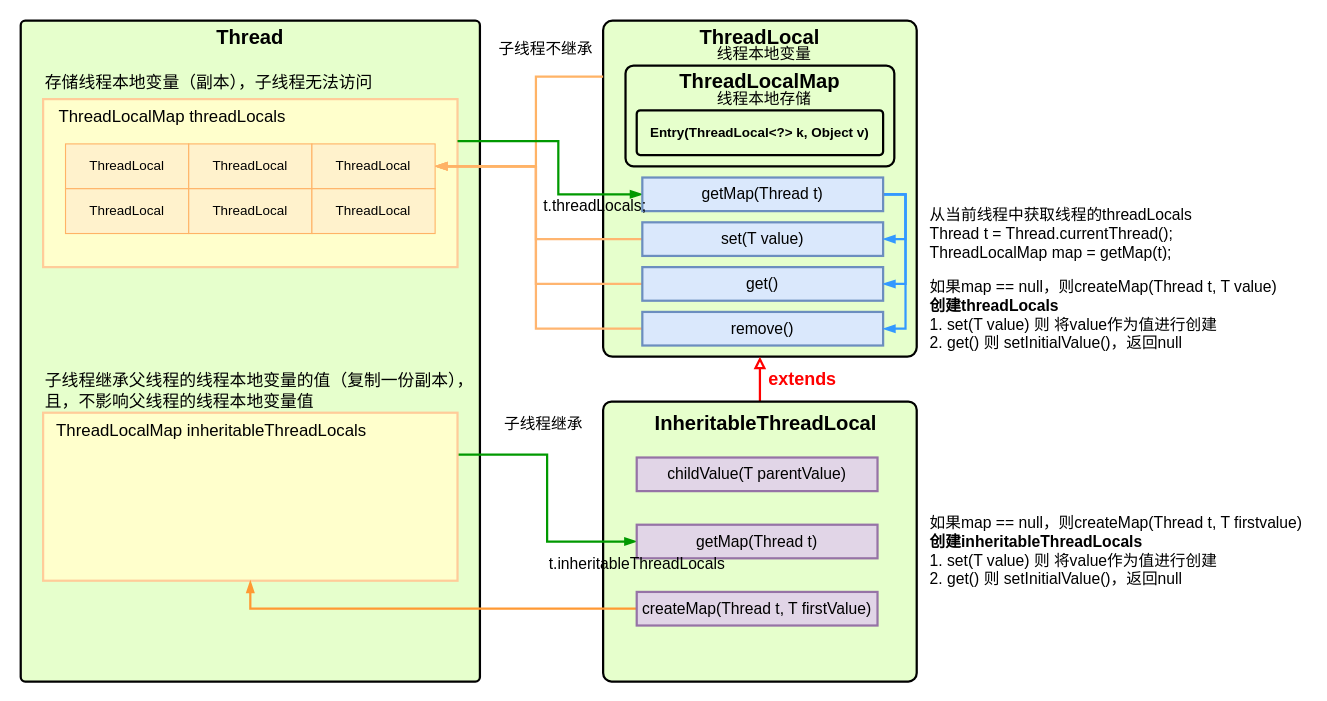
This is page "ThreadLocalMap" (4 of 5) of draw_workspace/Thread.drawio from creatern/NoteBook, a draw.io file, before an edit. Source tidied: cells renumbered, new cells numbered last; positions are measured from the earlier drawing's top-left corner, leaving out a move shared by most shapes. Both pictures are drawn from the tidied source at 112%, with x=0, y=0 at pixel (20, 20).
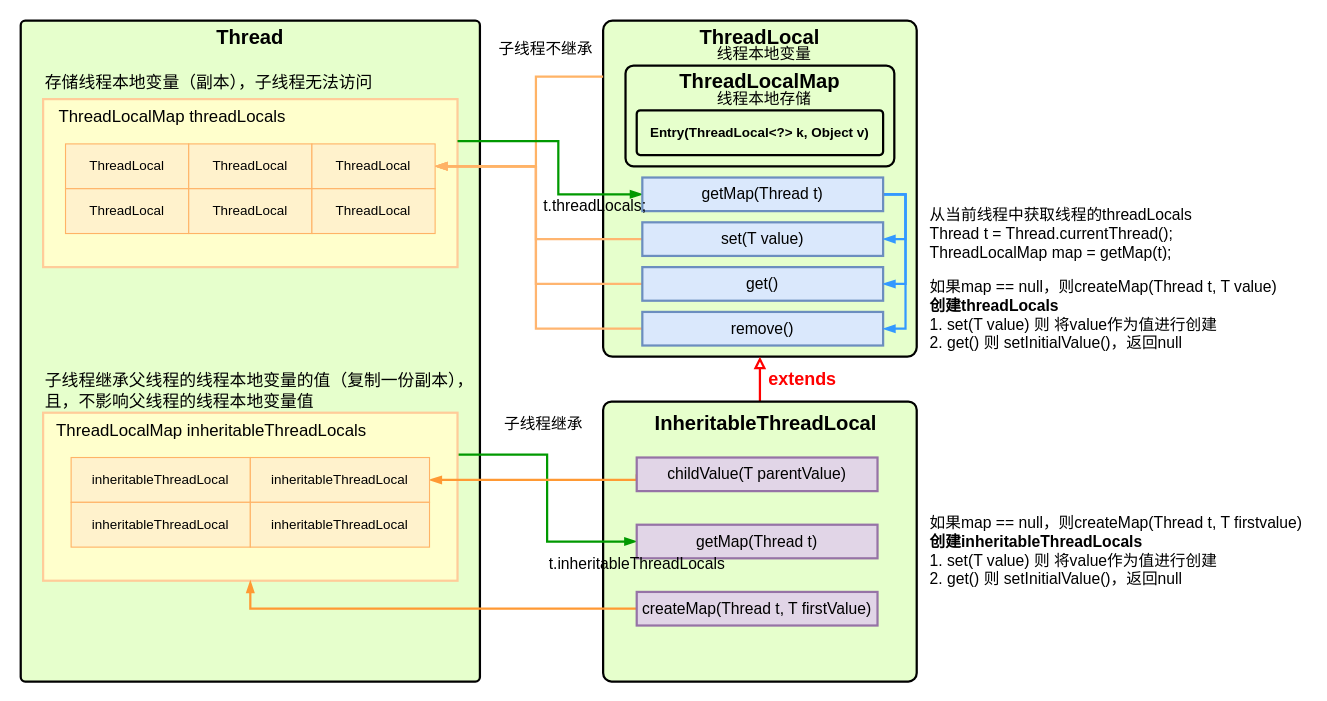
After the change.

The change refers to these unchanged cells:
```xml
<mxCell id="45" value="childValue(T parentValue)" style="rounded=0;whiteSpace=wrap;html=1;fillColor=#e1d5e7;strokeColor=#9673a6;strokeWidth=2;fontSize=14;" parent="1" vertex="1">
  <mxGeometry x="550" y="390" width="215" height="30" as="geometry" />
</mxCell>
```

What changed in the source:
```diff
@@
+    <mxCell id="51" style="edgeStyle=orthogonalEdgeStyle;rounded=0;jettySize=auto;html=1;exitX=0;exitY=0.5;exitDx=0;exitDy=0;entryX=1;entryY=0.5;entryDx=0;entryDy=0;strokeWidth=2;endArrow=blockThin;endFill=1;strokeColor=#FF9933;" parent="1" edge="1" source="45" target="53">
+      <mxGeometry relative="1" as="geometry">
+        <Array as="points">
+          <mxPoint x="550" y="410" />
+        </Array>
+      </mxGeometry>
+    </mxCell>
@@
+    <mxCell id="52" value="inheritableThreadLocal" style="rounded=0;whiteSpace=wrap;html=1;fillColor=#FFF2CC;strokeColor=#FFB366;" parent="1" vertex="1">
+      <mxGeometry x="45" y="390" width="160" height="40" as="geometry" />
+    </mxCell>
+    <mxCell id="53" value="inheritableThreadLocal" style="rounded=0;whiteSpace=wrap;html=1;fillColor=#FFF2CC;strokeColor=#FFB366;" parent="1" vertex="1">
+      <mxGeometry x="205" y="390" width="160" height="40" as="geometry" />
+    </mxCell>
+    <mxCell id="54" value="inheritableThreadLocal" style="rounded=0;whiteSpace=wrap;html=1;fillColor=#FFF2CC;strokeColor=#FFB366;" parent="1" vertex="1">
+      <mxGeometry x="45" y="430" width="160" height="40" as="geometry" />
+    </mxCell>
+    <mxCell id="55" value="inheritableThreadLocal" style="rounded=0;whiteSpace=wrap;html=1;fillColor=#FFF2CC;strokeColor=#FFB366;" parent="1" vertex="1">
+      <mxGeometry x="205" y="430" width="160" height="40" as="geometry" />
+    </mxCell>
```
